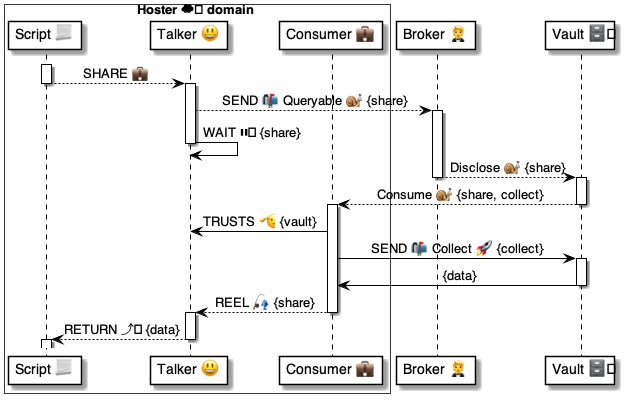
Earlier version of the PlantUML export 4 ⚙️ Solution/41 🎭 Domain Roles/Consumers 💼/💼🅰️ Consumer methods/Consume 🗄️🐌💼/🗄️ Consume ⚙️ uml.png (pollyweb-org/pollyweb-docs). Its source is kept beside it as 4 ⚙️ Solution/41 🎭 Domain Roles/Consumers 💼/💼🅰️ Consumer methods/Consume 🗄️🐌💼/🗄️ Consume ⚙️ uml.puml.
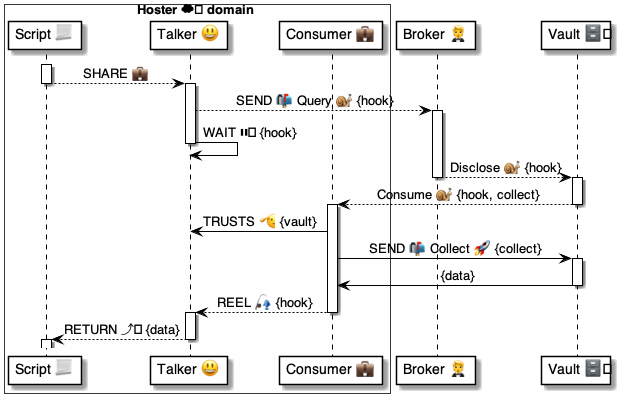
The same file after the commit.

Diff of the diagram source:
```diff
@@ -13,16 +13,16 @@
 deactivate script
 
 activate talker
-    talker --> broker: SEND 📬 Queryable 🐌 {share}
+    talker --> broker: SEND 📬 Query 🐌 {hook}
 activate broker
-    talker -> talker: WAIT ⏸️ {share}
+    talker -> talker: WAIT ⏸️ {hook}
 deactivate talker
 
-    broker --> vault: Disclose 🐌 {share}
+    broker --> vault: Disclose 🐌 {hook}
 deactivate broker
 
 activate vault
-vault --> consumer: Consume 🐌 {share, collect}
+vault --> consumer: Consume 🐌 {hook, collect}
 deactivate vault
 
 activate consumer
@@ -33,7 +33,7 @@
         vault -> consumer: {data}
     deactivate vault
 
-    consumer --> talker: REEL 🎣 {share}
+    consumer --> talker: REEL 🎣 {hook}
 deactivate consumer
 
 activate talker
```
